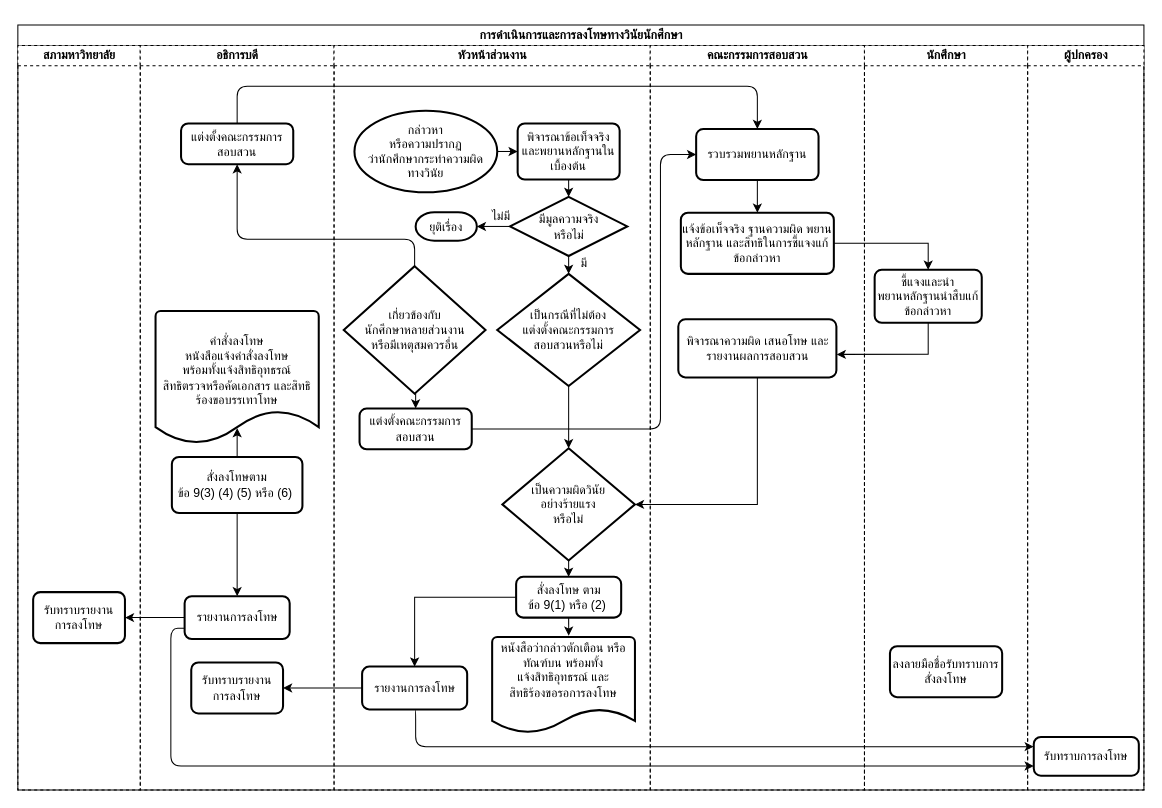
The draw.io diagram Untitled Diagram.drawio in ninjacharlee/test, before the edit. Source tidied: cells renumbered, new cells numbered last; positions are measured from the earlier drawing's top-left corner, leaving out a move shared by most shapes. Both pictures are drawn from the tidied source at 102%, with x=0, y=0 at pixel (17, 24).
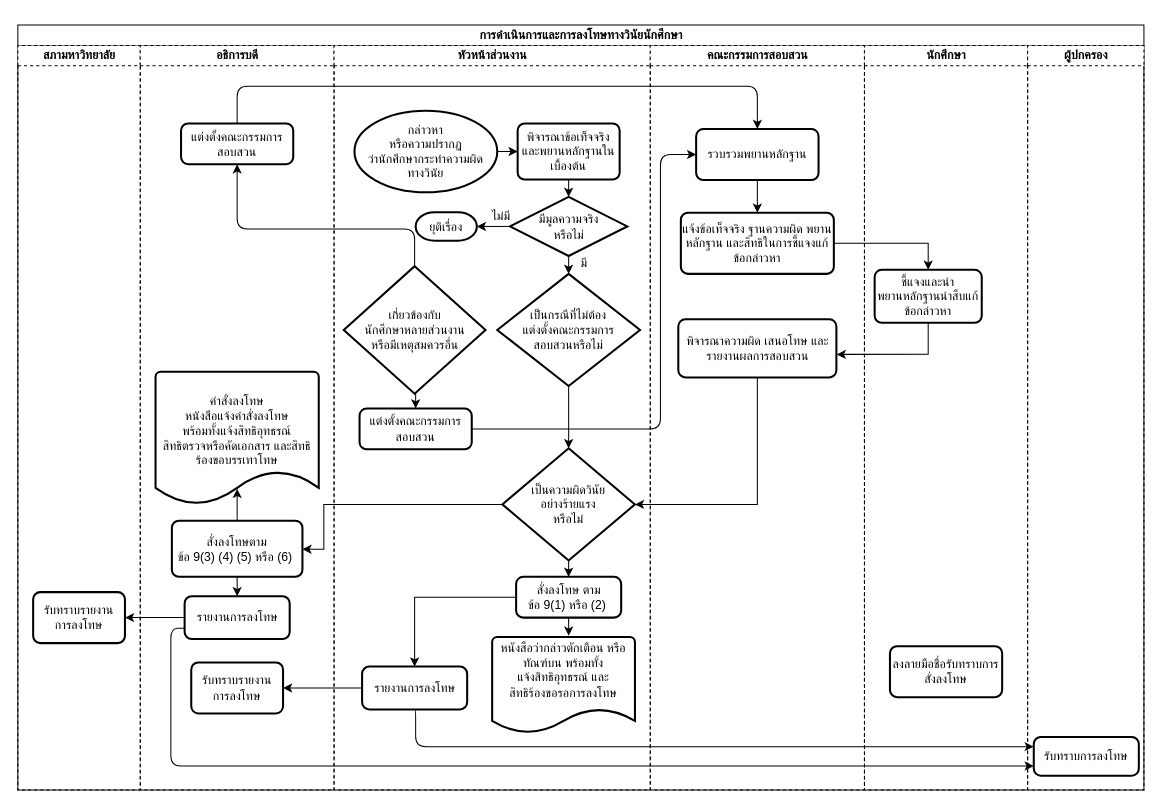
The same diagram, later.

The change refers to these unchanged cells:
```xml
<mxCell id="2" value="&lt;h2&gt;การดำเนินการและการลงโทษทางวินัยนักศึกษา&lt;/h2&gt;" style="swimlane;html=1;startSize=20;rounded=0;shadow=0;labelBackgroundColor=none;strokeColor=#000000;strokeWidth=1;fillColor=#ffffff;fontFamily=Verdana;fontSize=8;fontColor=#000000;align=center;" parent="1" vertex="1">
  <mxGeometry width="1104" height="750" as="geometry" />
</mxCell>
<mxCell id="5" value="อธิการบดี" style="swimlane;html=1;startSize=20;dashed=1;" parent="2" vertex="1">
  <mxGeometry x="120" y="20" width="190" height="730" as="geometry" />
</mxCell>
<mxCell id="12" value="แต่งตั้งคณะกรรมการสอบสวน" style="rounded=1;whiteSpace=wrap;html=1;absoluteArcSize=1;arcSize=14;strokeWidth=2;shadow=0;glass=0;comic=0;gradientColor=none;" parent="5" vertex="1">
  <mxGeometry x="40" y="76.5" width="110" height="40" as="geometry" />
</mxCell>
<mxCell id="25" value="เป็นความผิดวินัย&lt;br&gt;อย่างร้ายแรง&lt;br&gt;หรือไม่" style="strokeWidth=2;html=1;shape=mxgraph.flowchart.decision;whiteSpace=wrap;" parent="13" vertex="1">
  <mxGeometry x="165" y="395" width="130" height="110" as="geometry" />
</mxCell>
<mxCell id="34" value="เกี่ยวข้องกับ&lt;br&gt;นักศึกษาหลายส่วนงาน&lt;br&gt;หรือมีเหตุสมควรอื่น" style="strokeWidth=2;html=1;shape=mxgraph.flowchart.decision;whiteSpace=wrap;rounded=0;shadow=0;glass=0;comic=0;gradientColor=none;" parent="13" vertex="1">
  <mxGeometry x="9.5" y="216.5" width="139" height="125" as="geometry" />
</mxCell>
```

Change to the diagram source:
```diff
@@
     <mxCell id="8" value="สั่งลงโทษตาม&lt;br&gt;ข้อ 9(3) (4) (5) หรือ (6)&amp;nbsp;" style="rounded=1;whiteSpace=wrap;html=1;absoluteArcSize=1;arcSize=14;strokeWidth=2;" parent="5" vertex="1">
-      <mxGeometry x="31" y="403.5" width="128" height="55" as="geometry" />
+      <mxGeometry x="31" y="466" width="128" height="55" as="geometry" />
     </mxCell>
     <mxCell id="9" value="คำสั่งลงโทษ&lt;br&gt;หนังสือแจ้งคำสั่งลงโทษ&lt;br&gt;พร้อมทั้งแจ้งสิทธิอุทธรณ์ &lt;br&gt;สิทธิตรวจหรือคัดเอกสาร และสิทธิร้องขอบรรเทาโทษ&lt;br&gt;&lt;br&gt;" style="strokeWidth=2;html=1;shape=mxgraph.flowchart.document2;whiteSpace=wrap;size=0.25;" parent="5" vertex="1">
-      <mxGeometry x="15" y="260.5" width="160" height="130" as="geometry" />
+      <mxGeometry x="15" y="320" width="160" height="130" as="geometry" />
     </mxCell>
@@
     <mxCell id="51" style="edgeStyle=elbowEdgeStyle;elbow=vertical;endArrow=classic;html=1;exitX=0.5;exitY=0;exitDx=0;exitDy=0;exitPerimeter=0;entryX=0.5;entryY=1;entryDx=0;entryDy=0;" parent="2" edge="1" source="34" target="12">
       <mxGeometry relative="1" as="geometry">
         <Array as="points">
+          <mxPoint x="300" y="200" />
+          <mxPoint x="270" y="170" />
           <mxPoint x="240" y="210" />
         </Array>
       </mxGeometry>
     </mxCell>
@@
+    <mxCell id="56" style="edgeStyle=orthogonalEdgeStyle;rounded=0;jettySize=auto;html=1;exitX=0;exitY=0.5;exitDx=0;exitDy=0;exitPerimeter=0;" parent="2" edge="1" source="25" target="8">
+      <mxGeometry relative="1" as="geometry">
+        <Array as="points">
+          <mxPoint x="300" y="470" />
+          <mxPoint x="300" y="514" />
+        </Array>
+      </mxGeometry>
+    </mxCell>
```
